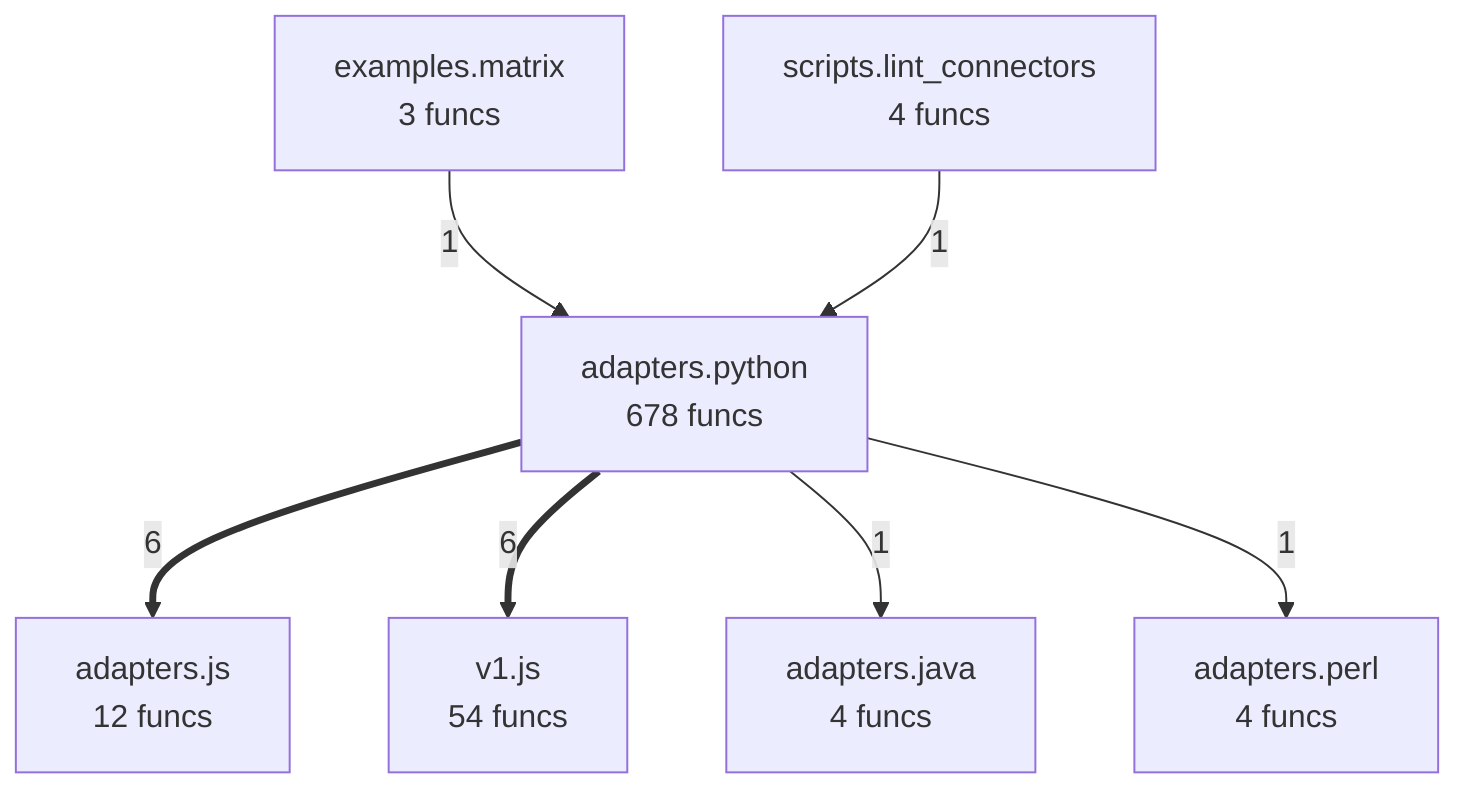
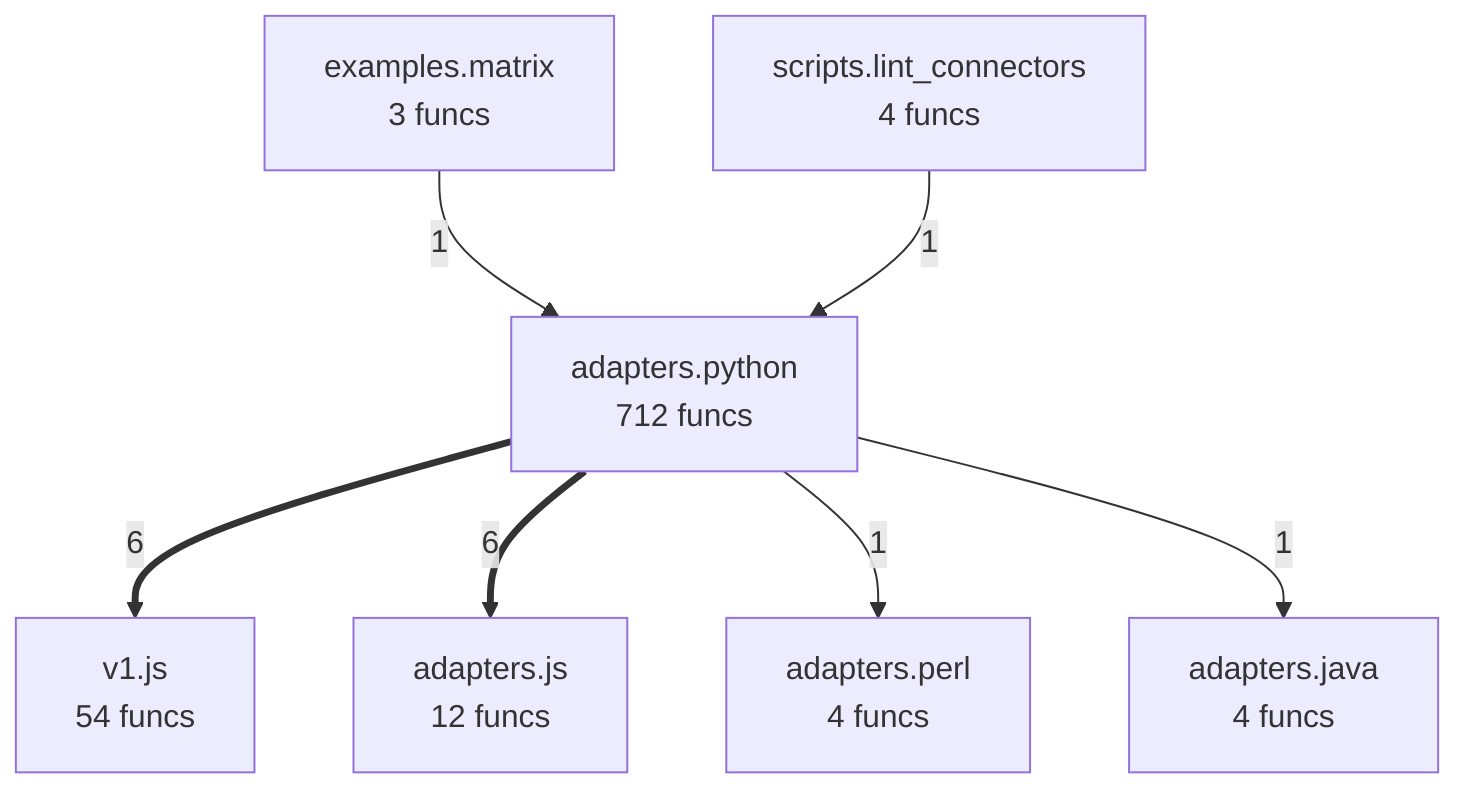
flowchart TD
%% generated in 0.02s
    adapters__java["adapters.java<br/>4 funcs"]
    adapters__js["adapters.js<br/>12 funcs"]
    adapters__perl["adapters.perl<br/>4 funcs"]
-     adapters__python["adapters.python<br/>678 funcs"]
+     adapters__python["adapters.python<br/>712 funcs"]
    examples__matrix["examples.matrix<br/>3 funcs"]
    scripts__lint_connectors["scripts.lint_connectors<br/>4 funcs"]
    v1__js["v1.js<br/>54 funcs"]
+     adapters__python ==>|6| v1__js
    adapters__python ==>|6| adapters__js
-     adapters__python ==>|6| v1__js
-     adapters__python -->|1| adapters__java
-     adapters__python -->|1| adapters__perl
    examples__matrix -->|1| adapters__python
    scripts__lint_connectors -->|1| adapters__python
+     adapters__python -->|1| adapters__perl
+     adapters__python -->|1| adapters__java
